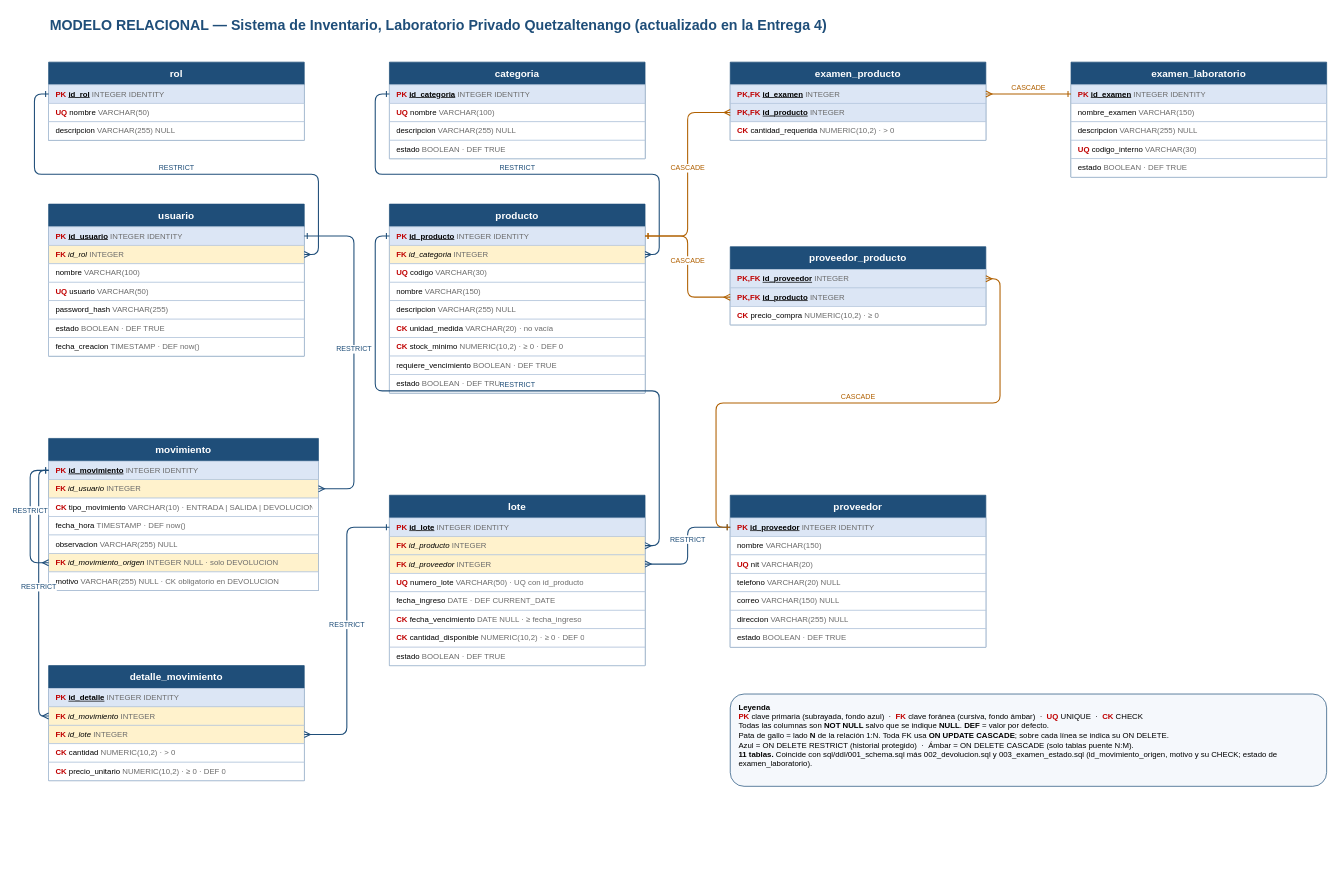
The draw.io diagram docs/diagramas/DIAGRAMA-RELACIONAL.drawio in Criss-paz/sistema-inventario-laboratorio, before the edit. Source tidied: cells renumbered, new cells numbered last; positions are measured from the earlier drawing's top-left corner, leaving out a move shared by most shapes. Both pictures are drawn from the tidied source at 71%, with x=0, y=0 at pixel (30, 12).
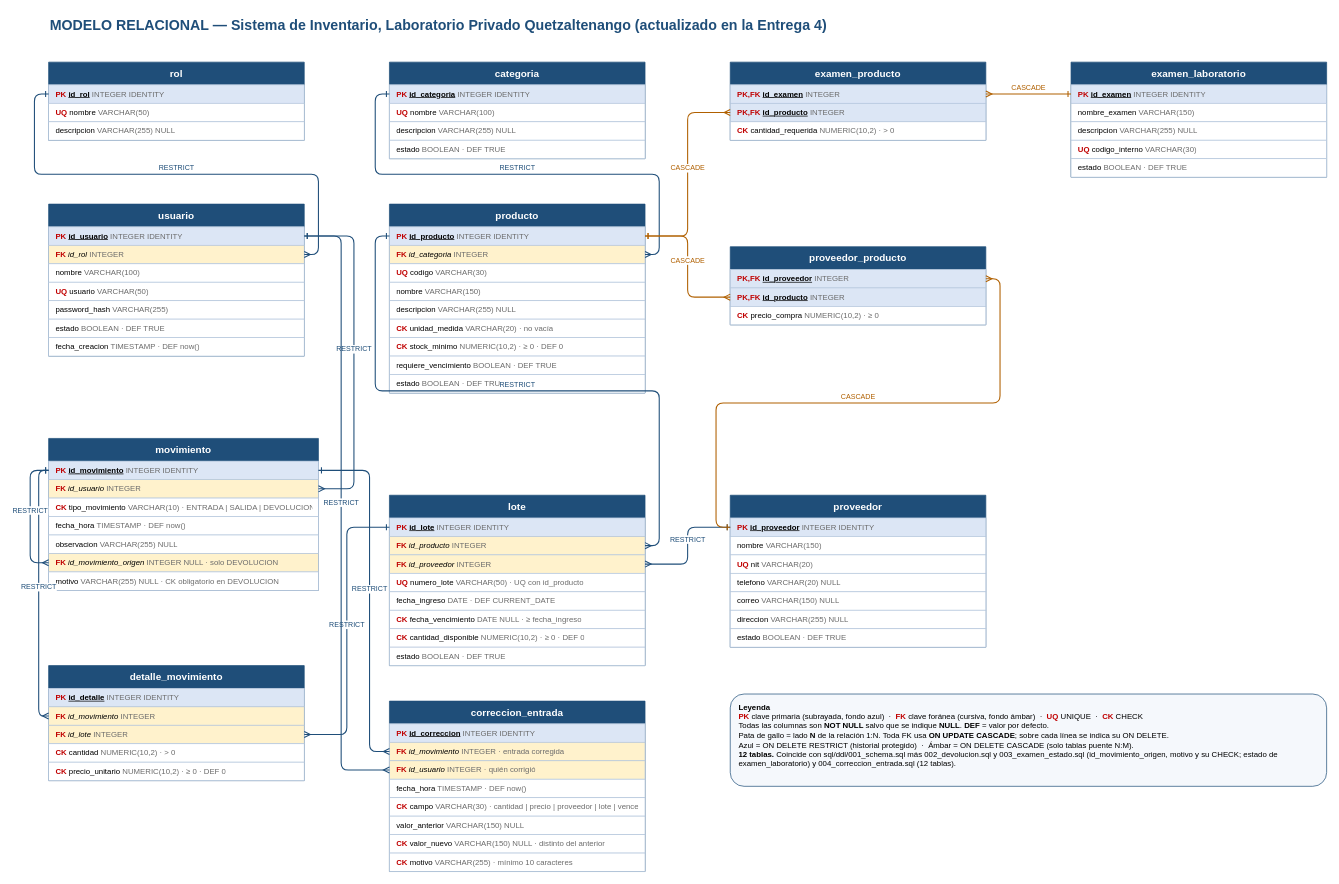
The same page after the edit.

Commit message (it also covers changes not shown here):
docs(diagramas): agrega correccion_entrada al ER y al relacional

The change refers to these unchanged cells:
```xml
<mxCell id="7" value="&lt;font color=&quot;#C00000&quot;&gt;&lt;b&gt;PK&lt;/b&gt;&lt;/font&gt; &lt;u&gt;&lt;b&gt;id_usuario&lt;/b&gt;&lt;/u&gt; &lt;font color=&quot;#6B6B6B&quot;&gt;INTEGER IDENTITY&lt;/font&gt;" style="text;strokeColor=#B4C6DC;fillColor=#DCE6F5;align=left;verticalAlign=middle;spacingLeft=8;spacingRight=8;overflow=hidden;whiteSpace=nowrap;points=[[0,0.5,0,0,0],[1,0.5,0,0,0]];portConstraint=eastwest;html=1;fontSize=11;fontColor=#000000;" parent="6" vertex="1">
  <mxGeometry y="32" width="360" height="26" as="geometry" />
</mxCell>
<mxCell id="15" value="&lt;font color=&quot;#C00000&quot;&gt;&lt;b&gt;PK&lt;/b&gt;&lt;/font&gt; &lt;u&gt;&lt;b&gt;id_movimiento&lt;/b&gt;&lt;/u&gt; &lt;font color=&quot;#6B6B6B&quot;&gt;INTEGER IDENTITY&lt;/font&gt;" style="text;strokeColor=#B4C6DC;fillColor=#DCE6F5;align=left;verticalAlign=middle;spacingLeft=8;spacingRight=8;overflow=hidden;whiteSpace=nowrap;points=[[0,0.5,0,0,0],[1,0.5,0,0,0]];portConstraint=eastwest;html=1;fontSize=11;fontColor=#000000;" parent="14" vertex="1">
  <mxGeometry y="32" width="380" height="26" as="geometry" />
</mxCell>
```

What changed in the source:
```diff
@@
-    <mxCell id="86" value="&lt;b&gt;Leyenda&lt;/b&gt;&lt;br&gt;&lt;font color=&quot;#C00000&quot;&gt;&lt;b&gt;PK&lt;/b&gt;&lt;/font&gt; clave primaria (subrayada, fondo azul) &amp;#160;·&amp;#160; &lt;font color=&quot;#C00000&quot;&gt;&lt;b&gt;FK&lt;/b&gt;&lt;/font&gt; clave foránea (cursiva, fondo ámbar) &amp;#160;·&amp;#160; &lt;font color=&quot;#C00000&quot;&gt;&lt;b&gt;UQ&lt;/b&gt;&lt;/font&gt; UNIQUE &amp;#160;·&amp;#160; &lt;font color=&quot;#C00000&quot;&gt;&lt;b&gt;CK&lt;/b&gt;&lt;/font&gt; CHECK&lt;br&gt;Todas las columnas son &lt;b&gt;NOT NULL&lt;/b&gt; salvo que se indique &lt;b&gt;NULL&lt;/b&gt;. &lt;b&gt;DEF&lt;/b&gt; = valor por defecto.&lt;br&gt;Pata de gallo = lado &lt;b&gt;N&lt;/b&gt; de la relación 1:N. Toda FK usa &lt;b&gt;ON UPDATE CASCADE&lt;/b&gt;; sobre cada línea se indica su ON DELETE.&lt;br&gt;Azul = ON DELETE RESTRICT (historial protegido) &amp;#160;·&amp;#160; Ámbar = ON DELETE CASCADE (solo tablas puente N:M).&lt;br&gt;&lt;b&gt;11 tablas.&lt;/b&gt; Coincide con sql/ddl/001_schema.sql más 002_devolucion.sql y 003_examen_estado.sql (id_movimiento_origen, motivo y su CHECK; estado de examen_laboratorio)." style="text;html=1;align=left;verticalAlign=top;whiteSpace=wrap;strokeColor=#1F4E79;fillColor=#F5F8FC;spacingLeft=10;spacingTop=6;fontSize=11;rounded=1;" parent="1" vertex="1">
+    <mxCell id="86" value="&lt;b&gt;Leyenda&lt;/b&gt;&lt;br&gt;&lt;font color=&quot;#C00000&quot;&gt;&lt;b&gt;PK&lt;/b&gt;&lt;/font&gt; clave primaria (subrayada, fondo azul) &amp;#160;·&amp;#160; &lt;font color=&quot;#C00000&quot;&gt;&lt;b&gt;FK&lt;/b&gt;&lt;/font&gt; clave foránea (cursiva, fondo ámbar) &amp;#160;·&amp;#160; &lt;font color=&quot;#C00000&quot;&gt;&lt;b&gt;UQ&lt;/b&gt;&lt;/font&gt; UNIQUE &amp;#160;·&amp;#160; &lt;font color=&quot;#C00000&quot;&gt;&lt;b&gt;CK&lt;/b&gt;&lt;/font&gt; CHECK&lt;br&gt;Todas las columnas son &lt;b&gt;NOT NULL&lt;/b&gt; salvo que se indique &lt;b&gt;NULL&lt;/b&gt;. &lt;b&gt;DEF&lt;/b&gt; = valor por defecto.&lt;br&gt;Pata de gallo = lado &lt;b&gt;N&lt;/b&gt; de la relación 1:N. Toda FK usa &lt;b&gt;ON UPDATE CASCADE&lt;/b&gt;; sobre cada línea se indica su ON DELETE.&lt;br&gt;Azul = ON DELETE RESTRICT (historial protegido) &amp;#160;·&amp;#160; Ámbar = ON DELETE CASCADE (solo tablas puente N:M).&lt;br&gt;&lt;b&gt;12 tablas.&lt;/b&gt; Coincide con sql/ddl/001_schema.sql más 002_devolucion.sql y 003_examen_estado.sql (id_movimiento_origen, motivo y su CHECK; estado de examen_laboratorio) y 004_correccion_entrada.sql (12 tablas)." style="text;html=1;align=left;verticalAlign=top;whiteSpace=wrap;strokeColor=#1F4E79;fillColor=#F5F8FC;spacingLeft=10;spacingTop=6;fontSize=11;rounded=1;" parent="1" vertex="1">
       <mxGeometry x="986" y="960" width="840" height="130" as="geometry" />
     </mxCell>
@@
+    <mxCell id="88" value="correccion_entrada" style="swimlane;fontStyle=1;align=center;verticalAlign=middle;horizontal=1;startSize=32;html=1;whiteSpace=wrap;strokeColor=#1F4E79;fillColor=#1F4E79;fontColor=#FFFFFF;fontSize=14;swimlaneFillColor=#FFFFFF;" parent="1" vertex="1">
+      <mxGeometry x="506" y="970" width="360" height="240" as="geometry" />
+    </mxCell>
+    <mxCell id="89" value="&lt;font color=&quot;#C00000&quot;&gt;&lt;b&gt;PK&lt;/b&gt;&lt;/font&gt; &lt;u&gt;&lt;b&gt;id_correccion&lt;/b&gt;&lt;/u&gt; &lt;font color=&quot;#6B6B6B&quot;&gt;INTEGER IDENTITY&lt;/font&gt;" style="text;strokeColor=#B4C6DC;fillColor=#DCE6F5;align=left;verticalAlign=middle;spacingLeft=8;spacingRight=8;overflow=hidden;whiteSpace=nowrap;html=1;fontSize=11;fontColor=#000000;" parent="88" vertex="1">
+      <mxGeometry y="32" width="360" height="26" as="geometry" />
+    </mxCell>
+    <mxCell id="90" value="&lt;font color=&quot;#C00000&quot;&gt;&lt;b&gt;FK&lt;/b&gt;&lt;/font&gt; &lt;i&gt;id_movimiento&lt;/i&gt; &lt;font color=&quot;#6B6B6B&quot;&gt;INTEGER · entrada corregida&lt;/font&gt;" style="text;strokeColor=#B4C6DC;fillColor=#FFF2CC;align=left;verticalAlign=middle;spacingLeft=8;spacingRight=8;overflow=hidden;whiteSpace=nowrap;points=[[0,0.5,0,0,0],[1,0.5,0,0,0]];portConstraint=eastwest;html=1;fontSize=11;fontColor=#000000;" parent="88" vertex="1">
+      <mxGeometry y="58" width="360" height="26" as="geometry" />
+    </mxCell>
+    <mxCell id="91" value="&lt;font color=&quot;#C00000&quot;&gt;&lt;b&gt;FK&lt;/b&gt;&lt;/font&gt; &lt;i&gt;id_usuario&lt;/i&gt; &lt;font color=&quot;#6B6B6B&quot;&gt;INTEGER · quién corrigió&lt;/font&gt;" style="text;strokeColor=#B4C6DC;fillColor=#FFF2CC;align=left;verticalAlign=middle;spacingLeft=8;spacingRight=8;overflow=hidden;whiteSpace=nowrap;points=[[0,0.5,0,0,0],[1,0.5,0,0,0]];portConstraint=eastwest;html=1;fontSize=11;fontColor=#000000;" parent="88" vertex="1">
+      <mxGeometry y="84" width="360" height="26" as="geometry" />
+    </mxCell>
+    <mxCell id="92" value="fecha_hora &lt;font color=&quot;#6B6B6B&quot;&gt;TIMESTAMP · DEF now()&lt;/font&gt;" style="text;strokeColor=#B4C6DC;fillColor=#FFFFFF;align=left;verticalAlign=middle;spacingLeft=8;spacingRight=8;overflow=hidden;whiteSpace=nowrap;html=1;fontSize=11;fontColor=#000000;" parent="88" vertex="1">
+      <mxGeometry y="110" width="360" height="26" as="geometry" />
+    </mxCell>
+    <mxCell id="93" value="&lt;font color=&quot;#C00000&quot;&gt;&lt;b&gt;CK&lt;/b&gt;&lt;/font&gt; campo &lt;font color=&quot;#6B6B6B&quot;&gt;VARCHAR(30) · cantidad | precio | proveedor | lote | vence&lt;/font&gt;" style="text;strokeColor=#B4C6DC;fillColor=#FFFFFF;align=left;verticalAlign=middle;spacingLeft=8;spacingRight=8;overflow=hidden;whiteSpace=nowrap;html=1;fontSize=11;fontColor=#000000;" parent="88" vertex="1">
+      <mxGeometry y="136" width="360" height="26" as="geometry" />
+    </mxCell>
+    <mxCell id="94" value="valor_anterior &lt;font color=&quot;#6B6B6B&quot;&gt;VARCHAR(150) NULL&lt;/font&gt;" style="text;strokeColor=#B4C6DC;fillColor=#FFFFFF;align=left;verticalAlign=middle;spacingLeft=8;spacingRight=8;overflow=hidden;whiteSpace=nowrap;html=1;fontSize=11;fontColor=#000000;" parent="88" vertex="1">
+      <mxGeometry y="162" width="360" height="26" as="geometry" />
+    </mxCell>
+    <mxCell id="95" value="&lt;font color=&quot;#C00000&quot;&gt;&lt;b&gt;CK&lt;/b&gt;&lt;/font&gt; valor_nuevo &lt;font color=&quot;#6B6B6B&quot;&gt;VARCHAR(150) NULL · distinto del anterior&lt;/font&gt;" style="text;strokeColor=#B4C6DC;fillColor=#FFFFFF;align=left;verticalAlign=middle;spacingLeft=8;spacingRight=8;overflow=hidden;whiteSpace=nowrap;html=1;fontSize=11;fontColor=#000000;" parent="88" vertex="1">
+      <mxGeometry y="188" width="360" height="26" as="geometry" />
+    </mxCell>
+    <mxCell id="96" value="&lt;font color=&quot;#C00000&quot;&gt;&lt;b&gt;CK&lt;/b&gt;&lt;/font&gt; motivo &lt;font color=&quot;#6B6B6B&quot;&gt;VARCHAR(255) · mínimo 10 caracteres&lt;/font&gt;" style="text;strokeColor=#B4C6DC;fillColor=#FFFFFF;align=left;verticalAlign=middle;spacingLeft=8;spacingRight=8;overflow=hidden;whiteSpace=nowrap;html=1;fontSize=11;fontColor=#000000;" parent="88" vertex="1">
+      <mxGeometry y="214" width="360" height="26" as="geometry" />
+    </mxCell>
+    <mxCell id="97" value="RESTRICT" style="edgeStyle=orthogonalEdgeStyle;rounded=1;html=1;jettySize=auto;endArrow=ERmany;endFill=0;startArrow=ERone;startFill=0;strokeColor=#1F4E79;strokeWidth=1.5;fontSize=10;fontColor=#1F4E79;labelBackgroundColor=#FFFFFF;verticalAlign=bottom;labelBorderColor=none;exitX=1;exitY=0.5;exitDx=0;exitDy=0;entryX=0;entryY=0.5;entryDx=0;entryDy=0;" parent="1" edge="1" source="15" target="90">
+      <mxGeometry relative="1" as="geometry">
+        <Array as="points">
+          <mxPoint x="478" y="645" />
+          <mxPoint x="478" y="1041" />
+        </Array>
+      </mxGeometry>
+    </mxCell>
+    <mxCell id="98" value="RESTRICT" style="edgeStyle=orthogonalEdgeStyle;rounded=1;html=1;jettySize=auto;endArrow=ERmany;endFill=0;startArrow=ERone;startFill=0;strokeColor=#1F4E79;strokeWidth=1.5;fontSize=10;fontColor=#1F4E79;labelBackgroundColor=#FFFFFF;verticalAlign=bottom;labelBorderColor=none;exitX=1;exitY=0.5;exitDx=0;exitDy=0;entryX=0;entryY=0.5;entryDx=0;entryDy=0;" parent="1" edge="1" source="7" target="91">
+      <mxGeometry relative="1" as="geometry">
+        <Array as="points">
+          <mxPoint x="438" y="315" />
+          <mxPoint x="438" y="1067" />
+        </Array>
+      </mxGeometry>
+    </mxCell>
```
